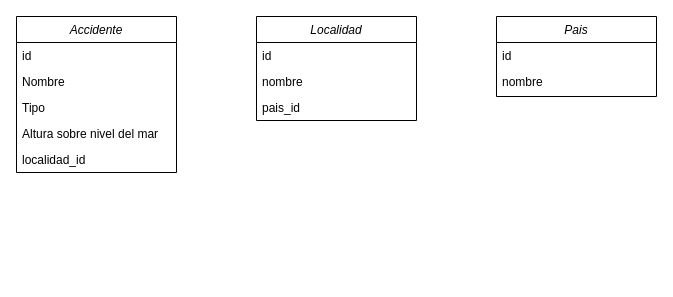
Earlier version of the draw.io diagram Diagrama sin título.drawio (javierjolon/BaseDeDatos2). Source tidied: cells renumbered, new cells numbered last; positions are measured from the earlier drawing's top-left corner, leaving out a move shared by most shapes. Both pictures are drawn from the tidied source at 100%, with x=0, y=0 at pixel (16, 16).
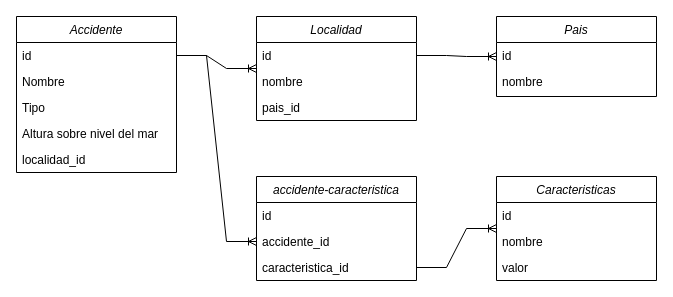
After the change.

Unchanged cells that the change refers to:
```xml
<mxCell id="3" value="id" style="text;align=left;verticalAlign=top;spacingLeft=4;spacingRight=4;overflow=hidden;points=[[0,0.5],[1,0.5]];portConstraint=eastwest;" parent="2" vertex="1">
  <mxGeometry y="26" width="160" height="26" as="geometry" />
</mxCell>
<mxCell id="8" value="Pais" style="swimlane;fontStyle=2;align=center;verticalAlign=top;horizontal=1;startSize=26;rounded=0;shadow=0;strokeWidth=1;" parent="1" vertex="1">
  <mxGeometry x="480" width="160" height="80" as="geometry" />
</mxCell>
<mxCell id="11" value="Localidad" style="swimlane;fontStyle=2;align=center;verticalAlign=top;horizontal=1;startSize=26;rounded=0;shadow=0;strokeWidth=1;" parent="1" vertex="1">
  <mxGeometry x="240" width="160" height="104" as="geometry" />
</mxCell>
<mxCell id="12" value="id" style="text;align=left;verticalAlign=top;spacingLeft=4;spacingRight=4;overflow=hidden;points=[[0,0.5],[1,0.5]];portConstraint=eastwest;" parent="11" vertex="1">
  <mxGeometry y="26" width="160" height="26" as="geometry" />
</mxCell>
```

Change to the diagram source:
```diff
@@
+    <mxCell id="15" value="Caracteristicas" style="swimlane;fontStyle=2;align=center;verticalAlign=top;horizontal=1;startSize=26;rounded=0;shadow=0;strokeWidth=1;" parent="1" vertex="1">
+      <mxGeometry x="480" y="160" width="160" height="104" as="geometry" />
+    </mxCell>
+    <mxCell id="16" value="id" style="text;align=left;verticalAlign=top;spacingLeft=4;spacingRight=4;overflow=hidden;" parent="15" vertex="1">
+      <mxGeometry y="26" width="160" height="26" as="geometry" />
+    </mxCell>
+    <mxCell id="17" value="nombre" style="text;align=left;verticalAlign=top;spacingLeft=4;spacingRight=4;overflow=hidden;" parent="15" vertex="1">
+      <mxGeometry y="52" width="160" height="26" as="geometry" />
+    </mxCell>
+    <mxCell id="18" value="valor" style="text;align=left;verticalAlign=top;spacingLeft=4;spacingRight=4;overflow=hidden;" parent="15" vertex="1">
+      <mxGeometry y="78" width="160" height="26" as="geometry" />
+    </mxCell>
+    <mxCell id="19" value="accidente-caracteristica" style="swimlane;fontStyle=2;align=center;verticalAlign=top;horizontal=1;startSize=26;rounded=0;shadow=0;strokeWidth=1;" parent="1" vertex="1">
+      <mxGeometry x="240" y="160" width="160" height="104" as="geometry" />
+    </mxCell>
+    <mxCell id="20" value="id" style="text;align=left;verticalAlign=top;spacingLeft=4;spacingRight=4;overflow=hidden;" parent="19" vertex="1">
+      <mxGeometry y="26" width="160" height="26" as="geometry" />
+    </mxCell>
+    <mxCell id="21" value="accidente_id" style="text;align=left;verticalAlign=top;spacingLeft=4;spacingRight=4;overflow=hidden;points=[[0,0.5],[1,0.5]];portConstraint=eastwest;" parent="19" vertex="1">
+      <mxGeometry y="52" width="160" height="26" as="geometry" />
+    </mxCell>
+    <mxCell id="22" value="caracteristica_id" style="text;align=left;verticalAlign=top;spacingLeft=4;spacingRight=4;overflow=hidden;points=[[0,0.5],[1,0.5]];portConstraint=eastwest;" parent="19" vertex="1">
+      <mxGeometry y="78" width="160" height="26" as="geometry" />
+    </mxCell>
+    <mxCell id="23" style="edgeStyle=entityRelationEdgeStyle;fontSize=12;html=1;endArrow=ERoneToMany;rounded=0;exitX=1;exitY=0.5;exitDx=0;exitDy=0;" parent="1" edge="1" source="12" target="8">
+      <mxGeometry relative="1" as="geometry" />
+    </mxCell>
+    <mxCell id="24" style="edgeStyle=entityRelationEdgeStyle;fontSize=12;html=1;endArrow=ERoneToMany;rounded=0;exitX=1;exitY=0.5;exitDx=0;exitDy=0;" parent="1" edge="1" source="3" target="11">
+      <mxGeometry relative="1" as="geometry" />
+    </mxCell>
+    <mxCell id="25" style="edgeStyle=entityRelationEdgeStyle;fontSize=12;html=1;endArrow=ERoneToMany;rounded=0;exitX=1;exitY=0.5;exitDx=0;exitDy=0;entryX=0;entryY=0.5;entryDx=0;entryDy=0;" parent="1" edge="1" source="3" target="21">
+      <mxGeometry relative="1" as="geometry" />
+    </mxCell>
+    <mxCell id="26" style="edgeStyle=entityRelationEdgeStyle;fontSize=12;html=1;endArrow=ERoneToMany;rounded=0;exitX=1;exitY=0.5;exitDx=0;exitDy=0;" parent="1" edge="1" source="22" target="15">
+      <mxGeometry relative="1" as="geometry" />
+    </mxCell>
```
